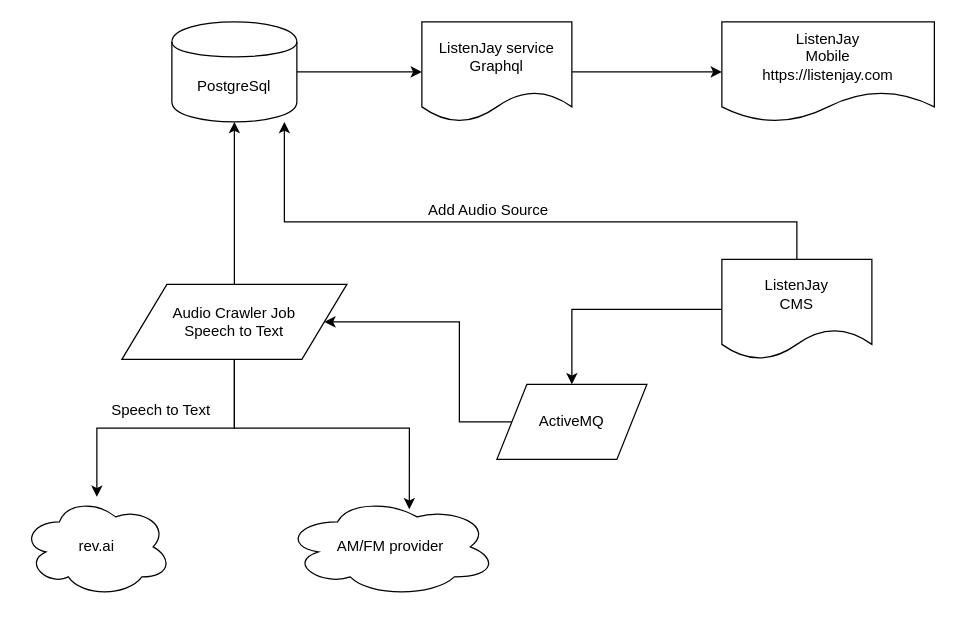
Earlier version of the draw.io diagram ListenJay.drawio (half-6/workflow). Source tidied: cells renumbered, new cells numbered last; positions are measured from the earlier drawing's top-left corner, leaving out a move shared by most shapes. Both pictures are drawn from the tidied source at 125%, with x=0, y=0 at pixel (21, 21).
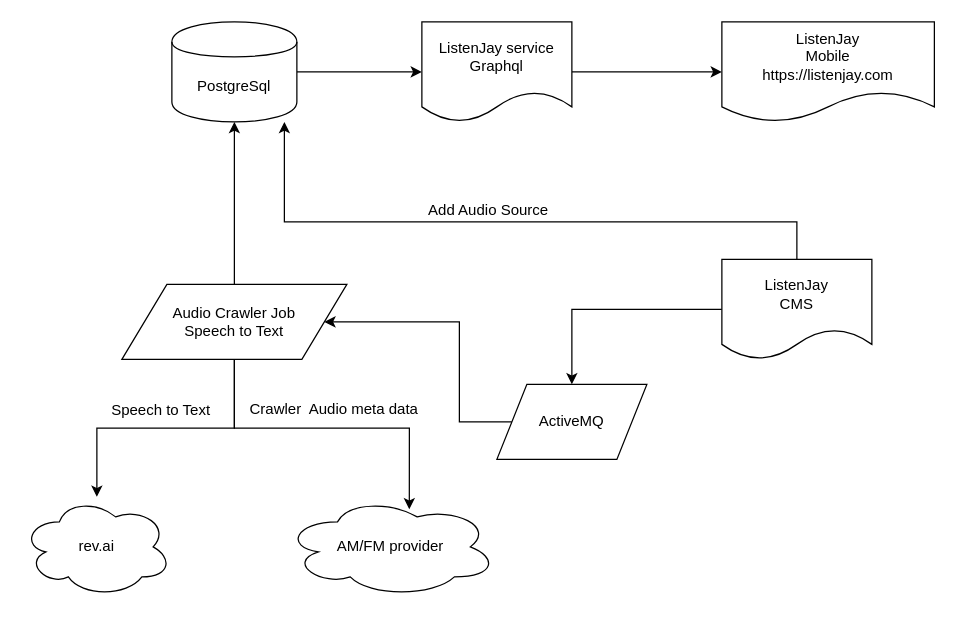
Above is the later version.

Change to the diagram source:
```diff
@@
+    <mxCell id="20" value="Crawler&amp;nbsp; Audio meta data" style="text;html=1;strokeColor=none;fillColor=none;align=center;verticalAlign=middle;whiteSpace=wrap;rounded=0;" parent="1" vertex="1">
+      <mxGeometry x="180" y="300" width="140" height="20" as="geometry" />
+    </mxCell>
```
